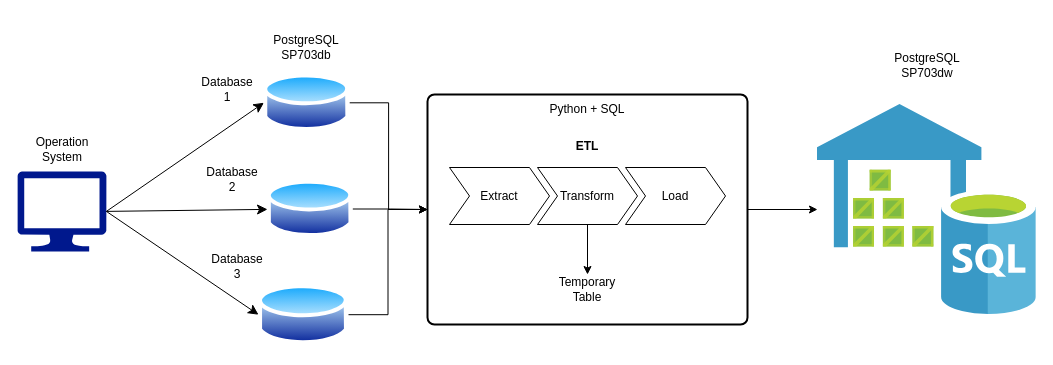
Above: page "datawarehouse architecture" (8 of 8) of SP703.drawio in vinsanity2022/ERD_SP703 (draw.io), before the change. Source tidied: cells renumbered, new cells numbered last; positions are measured from the earlier drawing's top-left corner, leaving out a move shared by most shapes. Both pictures are drawn from the tidied source at 100%, with x=0, y=0 at pixel (17, 17).
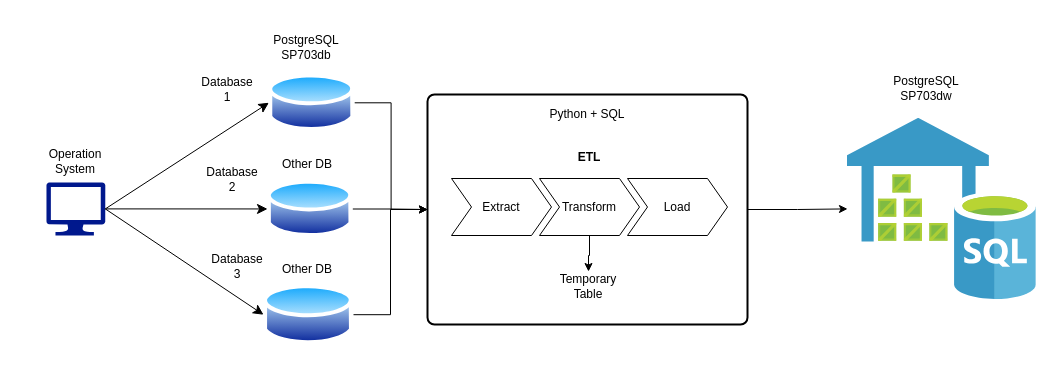
After the change.

Diff of the diagram source:
```diff
@@
     <mxCell id="4" style="sketch=0;shadow=0;dashed=0;html=1;strokeColor=none;labelPosition=center;verticalLabelPosition=bottom;verticalAlign=top;align=center;fillColor=#00188D;shape=mxgraph.azure.computer;" parent="1" vertex="1">
-      <mxGeometry y="153.9" width="88.9" height="80" as="geometry" />
+      <mxGeometry x="28.9" y="164.9" width="58.9" height="53" as="geometry" />
     </mxCell>
@@
     <mxCell id="11" style="image;perimeter=ellipsePerimeter;html=1;align=center;shadow=0;dashed=0;spacingTop=3;image=img/lib/active_directory/database.svg;" parent="1" vertex="1">
-      <mxGeometry x="246.4" y="53.5" width="85.8" height="63.5" as="geometry" />
+      <mxGeometry x="251.4" y="53.5" width="85.8" height="63.5" as="geometry" />
     </mxCell>
@@
     <mxCell id="13" style="image;perimeter=ellipsePerimeter;html=1;align=center;shadow=0;dashed=0;spacingTop=3;image=img/lib/active_directory/database.svg;" parent="1" vertex="1">
-      <mxGeometry x="241" y="263.9" width="90" height="66.6" as="geometry" />
+      <mxGeometry x="246" y="263.9" width="90" height="66.6" as="geometry" />
     </mxCell>
@@
     <mxCell id="17" value="Operation System" style="text;strokeColor=none;align=center;fillColor=none;html=1;verticalAlign=middle;whiteSpace=wrap;rounded=0;" parent="1" vertex="1">
-      <mxGeometry x="14.5" y="117" width="60" height="30" as="geometry" />
+      <mxGeometry x="27.9" y="129" width="60" height="30" as="geometry" />
     </mxCell>
     <mxCell id="18" value="ETL" style="swimlane;horizontal=1;fillColor=none;strokeColor=none;stackBorder=10;align=center;whiteSpace=wrap;html=1;" parent="1" vertex="1">
-      <mxGeometry x="422" y="117" width="296" height="100" as="geometry" />
+      <mxGeometry x="424" y="128" width="296" height="100" as="geometry" />
     </mxCell>
@@
     <mxCell id="22" value="Temporary Table" style="text;strokeColor=none;align=center;fillColor=none;html=1;verticalAlign=middle;whiteSpace=wrap;rounded=0;" parent="1" vertex="1">
-      <mxGeometry x="540" y="257" width="60" height="30" as="geometry" />
+      <mxGeometry x="541" y="254" width="60" height="30" as="geometry" />
     </mxCell>
@@
     <mxCell id="24" value="Python + SQL" style="text;strokeColor=none;align=center;fillColor=none;html=1;verticalAlign=middle;whiteSpace=wrap;rounded=0;" parent="1" vertex="1">
-      <mxGeometry x="430" y="77" width="280" height="30" as="geometry" />
+      <mxGeometry x="430" y="82" width="280" height="30" as="geometry" />
     </mxCell>
@@
     <mxCell id="26" style="image;sketch=0;html=1;points=[];align=center;fontSize=12;image=img/lib/mscae/SQL_DataWarehouse.svg;" parent="1" vertex="1">
-      <mxGeometry x="800" y="87" width="218.8" height="210" as="geometry" />
+      <mxGeometry x="830" y="100.8" width="188.8" height="181.2" as="geometry" />
     </mxCell>
     <mxCell id="27" value="PostgreSQL&lt;br&gt;SP703dw" style="text;strokeColor=none;align=center;fillColor=none;html=1;verticalAlign=middle;whiteSpace=wrap;rounded=0;" parent="1" vertex="1">
-      <mxGeometry x="865" y="18" width="90" height="60" as="geometry" />
+      <mxGeometry x="864" y="41" width="90" height="60" as="geometry" />
     </mxCell>
+    <mxCell id="28" value="Other DB" style="text;strokeColor=none;align=center;fillColor=none;html=1;verticalAlign=middle;whiteSpace=wrap;rounded=0;" parent="1" vertex="1">
+      <mxGeometry x="250" y="232" width="80" height="40" as="geometry" />
+    </mxCell>
+    <mxCell id="29" value="Other DB" style="text;strokeColor=none;align=center;fillColor=none;html=1;verticalAlign=middle;whiteSpace=wrap;rounded=0;" parent="1" vertex="1">
+      <mxGeometry x="250" y="127" width="80" height="40" as="geometry" />
+    </mxCell>
```
